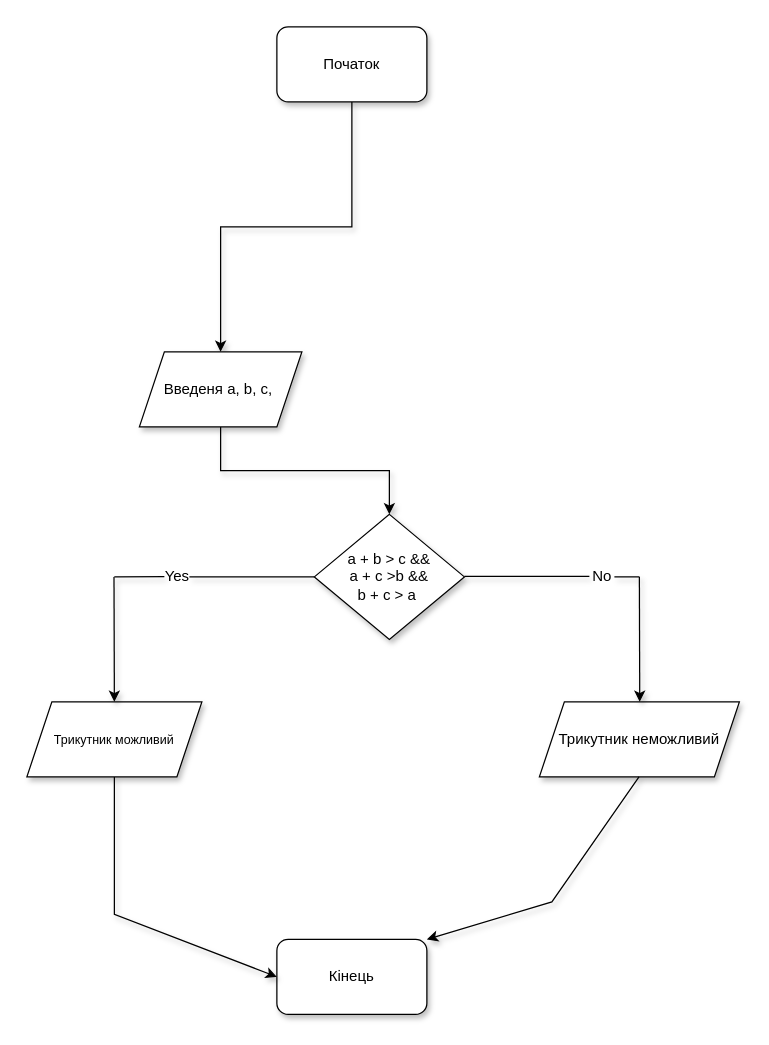
Above: Диаграмма без названия.drawio in Ivan123Ukr/-1 (draw.io), before the change. Source tidied: cells renumbered, new cells numbered last; positions are measured from the earlier drawing's top-left corner, leaving out a move shared by most shapes. Both pictures are drawn from the tidied source at 125%, with x=0, y=0 at pixel (26, 26).
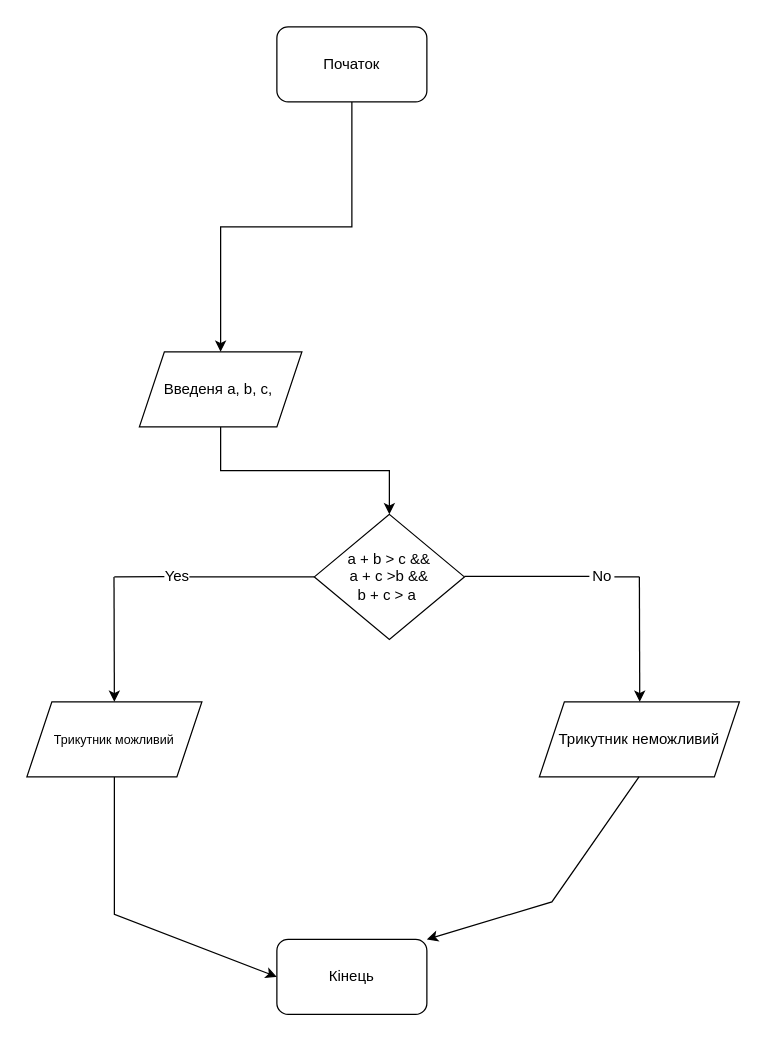
After the change.

The edit, as a diff of the source:
```diff
@@
-    <mxCell id="2" style="edgeStyle=orthogonalEdgeStyle;rounded=0;jettySize=auto;html=1;exitX=0.5;exitY=1;exitDx=0;exitDy=0;entryX=0.5;entryY=0;entryDx=0;entryDy=0;shadow=1;" parent="1" edge="1" source="3" target="5">
+    <mxCell id="2" style="edgeStyle=orthogonalEdgeStyle;rounded=0;jettySize=auto;html=1;exitX=0.5;exitY=1;exitDx=0;exitDy=0;entryX=0.5;entryY=0;entryDx=0;entryDy=0;shadow=0;" parent="1" edge="1" source="3" target="5">
       <mxGeometry relative="1" as="geometry" />
     </mxCell>
-    <mxCell id="3" value="Початок" style="rounded=1;whiteSpace=wrap;html=1;shadow=1;" parent="1" vertex="1">
+    <mxCell id="3" value="Початок" style="rounded=1;whiteSpace=wrap;html=1;shadow=0;" parent="1" vertex="1">
       <mxGeometry x="200" width="120" height="60" as="geometry" />
     </mxCell>
-    <mxCell id="4" style="edgeStyle=orthogonalEdgeStyle;rounded=0;jettySize=auto;html=1;exitX=0.5;exitY=1;exitDx=0;exitDy=0;entryX=0.5;entryY=0;entryDx=0;entryDy=0;shadow=1;" parent="1" edge="1" source="5" target="6">
+    <mxCell id="4" style="edgeStyle=orthogonalEdgeStyle;rounded=0;jettySize=auto;html=1;exitX=0.5;exitY=1;exitDx=0;exitDy=0;entryX=0.5;entryY=0;entryDx=0;entryDy=0;shadow=0;" parent="1" edge="1" source="5" target="6">
       <mxGeometry relative="1" as="geometry" />
     </mxCell>
-    <mxCell id="5" value="Введеня a, b, c,&amp;nbsp;" style="shape=parallelogram;perimeter=parallelogramPerimeter;whiteSpace=wrap;html=1;fixedSize=1;shadow=1;" parent="1" vertex="1">
+    <mxCell id="5" value="Введеня a, b, c,&amp;nbsp;" style="shape=parallelogram;perimeter=parallelogramPerimeter;whiteSpace=wrap;html=1;fixedSize=1;shadow=0;" parent="1" vertex="1">
       <mxGeometry x="90" y="260" width="130" height="60" as="geometry" />
     </mxCell>
-    <mxCell id="6" value="a + b &amp;gt; c &amp;amp;&amp;amp;&lt;div&gt;a + c &amp;gt;b &amp;amp;&amp;amp;&lt;/div&gt;&lt;div&gt;b + c &amp;gt; a&amp;nbsp;&lt;/div&gt;" style="rhombus;whiteSpace=wrap;html=1;strokeWidth=1;shadow=1;" parent="1" vertex="1">
+    <mxCell id="6" value="a + b &amp;gt; c &amp;amp;&amp;amp;&lt;div&gt;a + c &amp;gt;b &amp;amp;&amp;amp;&lt;/div&gt;&lt;div&gt;b + c &amp;gt; a&amp;nbsp;&lt;/div&gt;" style="rhombus;whiteSpace=wrap;html=1;strokeWidth=1;shadow=0;" parent="1" vertex="1">
       <mxGeometry x="230" y="390" width="120" height="100" as="geometry" />
     </mxCell>
-    <mxCell id="7" style="endArrow=none;html=1;rounded=0;shadow=1;" parent="1" edge="1">
+    <mxCell id="7" style="endArrow=none;html=1;rounded=0;shadow=0;" parent="1" edge="1">
       <mxGeometry relative="1" as="geometry">
         <mxPoint x="130" y="440" as="sourcePoint" />
         <mxPoint x="230" y="440" as="targetPoint" />
       </mxGeometry>
     </mxCell>
-    <mxCell id="8" style="endArrow=none;html=1;rounded=0;shadow=1;" parent="1" edge="1">
+    <mxCell id="8" style="endArrow=none;html=1;rounded=0;shadow=0;" parent="1" edge="1">
       <mxGeometry relative="1" as="geometry">
         <mxPoint x="350" y="439.5" as="sourcePoint" />
         <mxPoint x="450" y="439.5" as="targetPoint" />
       </mxGeometry>
     </mxCell>
-    <mxCell id="9" value="Yes" style="text;html=1;align=center;verticalAlign=middle;strokeColor=none;fillColor=none;shadow=1;" parent="1" vertex="1">
+    <mxCell id="9" value="Yes" style="text;html=1;align=center;verticalAlign=middle;strokeColor=none;fillColor=none;shadow=0;" parent="1" vertex="1">
       <mxGeometry x="100" y="425" width="40" height="30" as="geometry" />
     </mxCell>
-    <mxCell id="10" value="No" style="text;html=1;align=center;verticalAlign=middle;strokeColor=none;fillColor=none;shadow=1;" parent="1" vertex="1">
+    <mxCell id="10" value="No" style="text;html=1;align=center;verticalAlign=middle;strokeColor=none;fillColor=none;shadow=0;" parent="1" vertex="1">
       <mxGeometry x="440" y="425" width="40" height="30" as="geometry" />
     </mxCell>
-    <mxCell id="11" style="endArrow=none;html=1;rounded=0;shadow=1;" parent="1" edge="1">
+    <mxCell id="11" style="endArrow=none;html=1;rounded=0;shadow=0;" parent="1" edge="1">
       <mxGeometry relative="1" as="geometry">
         <mxPoint x="70" y="440" as="sourcePoint" />
         <mxPoint x="110" y="439.7" as="targetPoint" />
       </mxGeometry>
     </mxCell>
-    <mxCell id="12" style="endArrow=none;html=1;rounded=0;shadow=1;" parent="1" edge="1">
+    <mxCell id="12" style="endArrow=none;html=1;rounded=0;shadow=0;" parent="1" edge="1">
       <mxGeometry relative="1" as="geometry">
         <mxPoint x="470" y="440" as="sourcePoint" />
         <mxPoint x="490" y="440" as="targetPoint" />
       </mxGeometry>
     </mxCell>
-    <mxCell id="13" value="&lt;font size=&quot;1&quot;&gt;Трикутник можливий&lt;/font&gt;" style="shape=parallelogram;perimeter=parallelogramPerimeter;whiteSpace=wrap;html=1;fixedSize=1;shadow=1;" parent="1" vertex="1">
+    <mxCell id="13" value="&lt;font size=&quot;1&quot;&gt;Трикутник можливий&lt;/font&gt;" style="shape=parallelogram;perimeter=parallelogramPerimeter;whiteSpace=wrap;html=1;fixedSize=1;shadow=0;" parent="1" vertex="1">
       <mxGeometry y="540" width="140" height="60" as="geometry" />
     </mxCell>
-    <mxCell id="14" value="Трикутник неможливий" style="shape=parallelogram;perimeter=parallelogramPerimeter;whiteSpace=wrap;html=1;fixedSize=1;shadow=1;" parent="1" vertex="1">
+    <mxCell id="14" value="Трикутник неможливий" style="shape=parallelogram;perimeter=parallelogramPerimeter;whiteSpace=wrap;html=1;fixedSize=1;shadow=0;" parent="1" vertex="1">
       <mxGeometry x="410" y="540" width="160" height="60" as="geometry" />
     </mxCell>
-    <mxCell id="15" style="endArrow=classic;html=1;rounded=0;entryX=0.5;entryY=0;entryDx=0;entryDy=0;shadow=1;" parent="1" edge="1" target="13">
+    <mxCell id="15" style="endArrow=classic;html=1;rounded=0;entryX=0.5;entryY=0;entryDx=0;entryDy=0;shadow=0;" parent="1" edge="1" target="13">
       <mxGeometry relative="1" as="geometry">
         <mxPoint x="69.7" y="440" as="sourcePoint" />
       </mxGeometry>
     </mxCell>
-    <mxCell id="16" style="endArrow=classic;html=1;rounded=0;entryX=0.5;entryY=0;entryDx=0;entryDy=0;shadow=1;" parent="1" edge="1">
+    <mxCell id="16" style="endArrow=classic;html=1;rounded=0;entryX=0.5;entryY=0;entryDx=0;entryDy=0;shadow=0;" parent="1" edge="1">
       <mxGeometry relative="1" as="geometry">
         <mxPoint x="490" y="440" as="sourcePoint" />
         <mxPoint x="490.3" y="540" as="targetPoint" />
       </mxGeometry>
     </mxCell>
-    <mxCell id="17" value="Кінець" style="rounded=1;whiteSpace=wrap;html=1;shadow=1;" parent="1" vertex="1">
+    <mxCell id="17" value="Кінець" style="rounded=1;whiteSpace=wrap;html=1;shadow=0;" parent="1" vertex="1">
       <mxGeometry x="200" y="730" width="120" height="60" as="geometry" />
     </mxCell>
-    <mxCell id="18" style="endArrow=classic;html=1;rounded=0;exitX=0.5;exitY=1;exitDx=0;exitDy=0;entryX=0;entryY=0.5;entryDx=0;entryDy=0;shadow=1;" parent="1" edge="1" source="13" target="17">
+    <mxCell id="18" style="endArrow=classic;html=1;rounded=0;exitX=0.5;exitY=1;exitDx=0;exitDy=0;entryX=0;entryY=0.5;entryDx=0;entryDy=0;shadow=0;" parent="1" edge="1" source="13" target="17">
       <mxGeometry relative="1" as="geometry">
         <Array as="points">
           <mxPoint x="70" y="710" />
         </Array>
       </mxGeometry>
     </mxCell>
-    <mxCell id="19" style="endArrow=classic;html=1;rounded=0;entryX=1;entryY=0;entryDx=0;entryDy=0;shadow=1;" parent="1" edge="1" target="17">
+    <mxCell id="19" style="endArrow=classic;html=1;rounded=0;entryX=1;entryY=0;entryDx=0;entryDy=0;shadow=0;" parent="1" edge="1" target="17">
       <mxGeometry relative="1" as="geometry">
         <mxPoint x="489.7" y="600" as="sourcePoint" />
         <Array as="points">
           <mxPoint x="420" y="700" />
         </Array>
       </mxGeometry>
     </mxCell>
```
